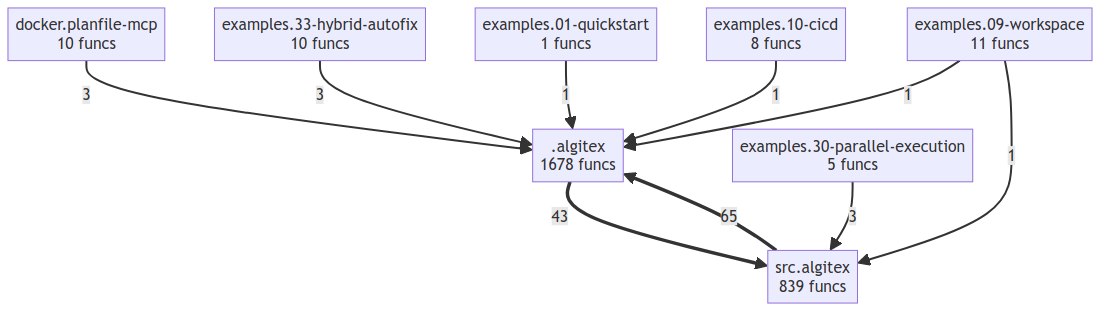
This is project/compact_flow.png from semcod/algitex, a Mermaid export, as it was before one commit. Its source is kept beside it as project/compact_flow.mmd.
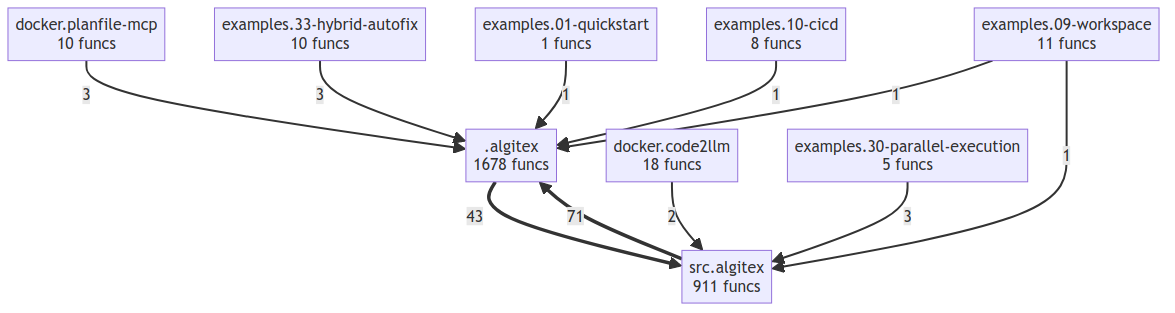
The same file after the commit.

Change to the diagram source:
```diff
@@ -1,17 +1,19 @@
 flowchart TD
     M___algitex[".algitex<br/>1678 funcs"]
+    docker__code2llm["docker.code2llm<br/>18 funcs"]
     docker__planfile_mcp["docker.planfile-mcp<br/>10 funcs"]
     examples__01_quickstart["examples.01-quickstart<br/>1 funcs"]
     examples__09_workspace["examples.09-workspace<br/>11 funcs"]
     examples__10_cicd["examples.10-cicd<br/>8 funcs"]
     examples__30_parallel_execution["examples.30-parallel-execution<br/>5 funcs"]
     examples__33_hybrid_autofix["examples.33-hybrid-autofix<br/>10 funcs"]
-    src__algitex["src.algitex<br/>839 funcs"]
-    src__algitex ==>|65| M___algitex
+    src__algitex["src.algitex<br/>911 funcs"]
+    src__algitex ==>|71| M___algitex
     M___algitex ==>|43| src__algitex
     docker__planfile_mcp -->|3| M___algitex
     examples__30_parallel_execution -->|3| src__algitex
     examples__33_hybrid_autofix -->|3| M___algitex
+    docker__code2llm -->|2| src__algitex
     examples__01_quickstart -->|1| M___algitex
     examples__10_cicd -->|1| M___algitex
     examples__09_workspace -->|1| M___algitex
```
